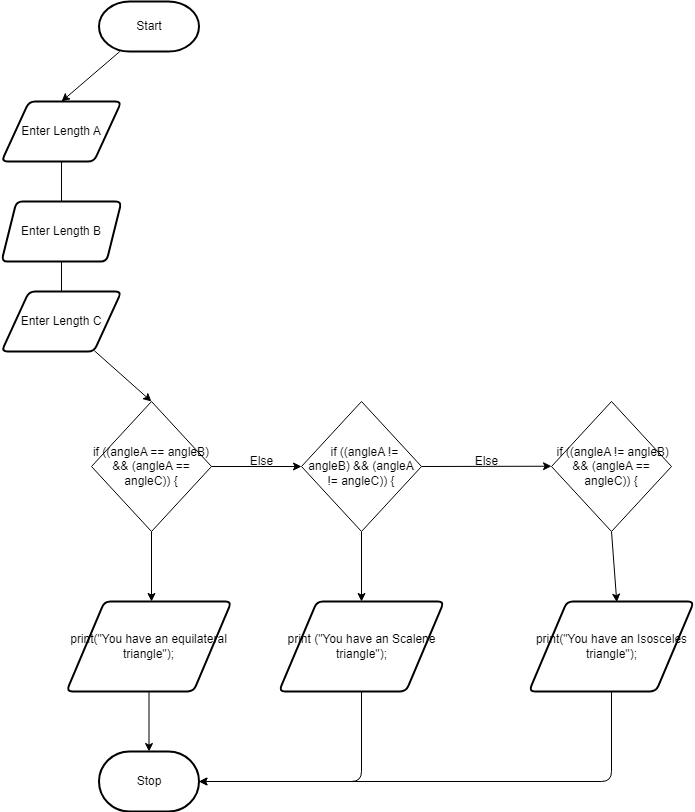
Above: design/flow-chart.png in Justin-Lavoie16/Unit-5-05-JS (draw.io), before the change. Source tidied: cells renumbered, new cells last; positions are measured from the earlier drawing's top-left corner, leaving out a move shared by most shapes. Source of this version:
```xml
<mxGraphModel>
  <root>
    <mxCell id="0" />
    <mxCell id="1" parent="0" />
    <mxCell id="2" style="edgeStyle=none;html=1;entryX=0.5;entryY=0;entryDx=0;entryDy=0;" parent="1" edge="1" source="3" target="22">
      <mxGeometry relative="1" as="geometry" />
    </mxCell>
    <mxCell id="3" value="Start" style="strokeWidth=2;html=1;shape=mxgraph.flowchart.terminator;whiteSpace=wrap;" parent="1" vertex="1">
      <mxGeometry x="97.5" width="100" height="50" as="geometry" />
    </mxCell>
    <mxCell id="4" value="Stop" style="strokeWidth=2;html=1;shape=mxgraph.flowchart.terminator;whiteSpace=wrap;" parent="1" vertex="1">
      <mxGeometry x="97.5" y="750" width="100" height="60" as="geometry" />
    </mxCell>
    <mxCell id="5" style="edgeStyle=none;html=1;" parent="1" edge="1" source="7">
      <mxGeometry relative="1" as="geometry">
        <mxPoint x="150" y="600" as="targetPoint" />
      </mxGeometry>
    </mxCell>
    <mxCell id="6" style="edgeStyle=none;html=1;" parent="1" edge="1" source="7">
      <mxGeometry relative="1" as="geometry">
        <mxPoint x="300" y="465" as="targetPoint" />
      </mxGeometry>
    </mxCell>
    <mxCell id="7" value="if ((angleA == angleB) &amp;amp;&amp;amp; (angleA == angleC)) {" style="rhombus;whiteSpace=wrap;html=1;" parent="1" vertex="1">
      <mxGeometry x="90" y="400" width="120" height="130" as="geometry" />
    </mxCell>
    <mxCell id="8" style="edgeStyle=none;html=1;entryX=0.5;entryY=0;entryDx=0;entryDy=0;entryPerimeter=0;" parent="1" edge="1" source="9" target="4">
      <mxGeometry relative="1" as="geometry" />
    </mxCell>
    <mxCell id="9" value="print(&quot;You have an equilateral triangle&quot;);" style="shape=parallelogram;html=1;strokeWidth=2;perimeter=parallelogramPerimeter;whiteSpace=wrap;rounded=1;arcSize=12;size=0.23;" parent="1" vertex="1">
      <mxGeometry x="65" y="600" width="165" height="90" as="geometry" />
    </mxCell>
    <mxCell id="10" value="Else" style="text;html=1;align=center;verticalAlign=middle;fillColor=none;strokeColor=none;rounded=0;" parent="1" vertex="1">
      <mxGeometry x="240" y="450" width="40" height="20" as="geometry" />
    </mxCell>
    <mxCell id="11" style="edgeStyle=none;html=1;entryX=0.5;entryY=0;entryDx=0;entryDy=0;" parent="1" edge="1" source="13" target="15">
      <mxGeometry relative="1" as="geometry" />
    </mxCell>
    <mxCell id="12" style="edgeStyle=none;html=1;exitX=1;exitY=0.5;exitDx=0;exitDy=0;" parent="1" edge="1" source="13">
      <mxGeometry relative="1" as="geometry">
        <mxPoint x="550" y="464.7" as="targetPoint" />
      </mxGeometry>
    </mxCell>
    <mxCell id="13" value="&amp;nbsp; if ((angleA != angleB) &amp;amp;&amp;amp; (angleA != angleC)) {" style="rhombus;whiteSpace=wrap;html=1;" parent="1" vertex="1">
      <mxGeometry x="300" y="400" width="120" height="130" as="geometry" />
    </mxCell>
    <mxCell id="14" style="edgeStyle=orthogonalEdgeStyle;html=1;exitX=0.5;exitY=1;exitDx=0;exitDy=0;entryX=1;entryY=0.5;entryDx=0;entryDy=0;entryPerimeter=0;" parent="1" edge="1" source="15" target="4">
      <mxGeometry relative="1" as="geometry" />
    </mxCell>
    <mxCell id="15" value="print&amp;nbsp;(&quot;You have an Scalene triangle&quot;);" style="shape=parallelogram;html=1;strokeWidth=2;perimeter=parallelogramPerimeter;whiteSpace=wrap;rounded=1;arcSize=12;size=0.23;" parent="1" vertex="1">
      <mxGeometry x="277.5" y="600" width="165" height="90" as="geometry" />
    </mxCell>
    <mxCell id="16" value="Else" style="text;html=1;align=center;verticalAlign=middle;fillColor=none;strokeColor=none;rounded=0;" parent="1" vertex="1">
      <mxGeometry x="465" y="450" width="40" height="20" as="geometry" />
    </mxCell>
    <mxCell id="17" style="edgeStyle=none;html=1;exitX=0.5;exitY=1;exitDx=0;exitDy=0;entryX=0.532;entryY=0.007;entryDx=0;entryDy=0;entryPerimeter=0;" parent="1" edge="1" source="18" target="20">
      <mxGeometry relative="1" as="geometry" />
    </mxCell>
    <mxCell id="18" value="&amp;nbsp;if ((angleA != angleB) &amp;amp;&amp;amp; (angleA == angleC)) {" style="rhombus;whiteSpace=wrap;html=1;" parent="1" vertex="1">
      <mxGeometry x="550" y="400" width="120" height="130" as="geometry" />
    </mxCell>
    <mxCell id="19" style="edgeStyle=orthogonalEdgeStyle;html=1;entryX=1;entryY=0.5;entryDx=0;entryDy=0;entryPerimeter=0;" parent="1" edge="1" source="20" target="4">
      <mxGeometry relative="1" as="geometry">
        <Array as="points">
          <mxPoint x="610" y="780" />
        </Array>
      </mxGeometry>
    </mxCell>
    <mxCell id="20" value="print(&quot;You have an Isosceles triangle&quot;);" style="shape=parallelogram;html=1;strokeWidth=2;perimeter=parallelogramPerimeter;whiteSpace=wrap;rounded=1;arcSize=12;size=0.23;" parent="1" vertex="1">
      <mxGeometry x="527.5" y="600" width="165" height="90" as="geometry" />
    </mxCell>
    <mxCell id="21" style="edgeStyle=none;html=1;" parent="1" edge="1" source="22">
      <mxGeometry relative="1" as="geometry">
        <mxPoint x="60" y="240" as="targetPoint" />
      </mxGeometry>
    </mxCell>
    <mxCell id="22" value="Enter Length A" style="shape=parallelogram;html=1;strokeWidth=2;perimeter=parallelogramPerimeter;whiteSpace=wrap;rounded=1;arcSize=12;size=0.23;" parent="1" vertex="1">
      <mxGeometry y="100" width="120" height="60" as="geometry" />
    </mxCell>
    <mxCell id="23" style="edgeStyle=none;html=1;exitX=0.5;exitY=1;exitDx=0;exitDy=0;" parent="1" edge="1" source="24">
      <mxGeometry relative="1" as="geometry">
        <mxPoint x="60" y="320" as="targetPoint" />
      </mxGeometry>
    </mxCell>
    <mxCell id="24" value="Enter Length B" style="shape=parallelogram;html=1;strokeWidth=2;perimeter=parallelogramPerimeter;whiteSpace=wrap;rounded=1;arcSize=12;size=0.125;" parent="1" vertex="1">
      <mxGeometry y="200" width="120" height="60" as="geometry" />
    </mxCell>
    <mxCell id="25" style="edgeStyle=none;html=1;entryX=0.5;entryY=0;entryDx=0;entryDy=0;" parent="1" edge="1" source="26" target="7">
      <mxGeometry relative="1" as="geometry" />
    </mxCell>
    <mxCell id="26" value="Enter Length C" style="shape=parallelogram;html=1;strokeWidth=2;perimeter=parallelogramPerimeter;whiteSpace=wrap;rounded=1;arcSize=12;size=0.23;" parent="1" vertex="1">
      <mxGeometry y="290" width="120" height="60" as="geometry" />
    </mxCell>
  </root>
</mxGraphModel>
```
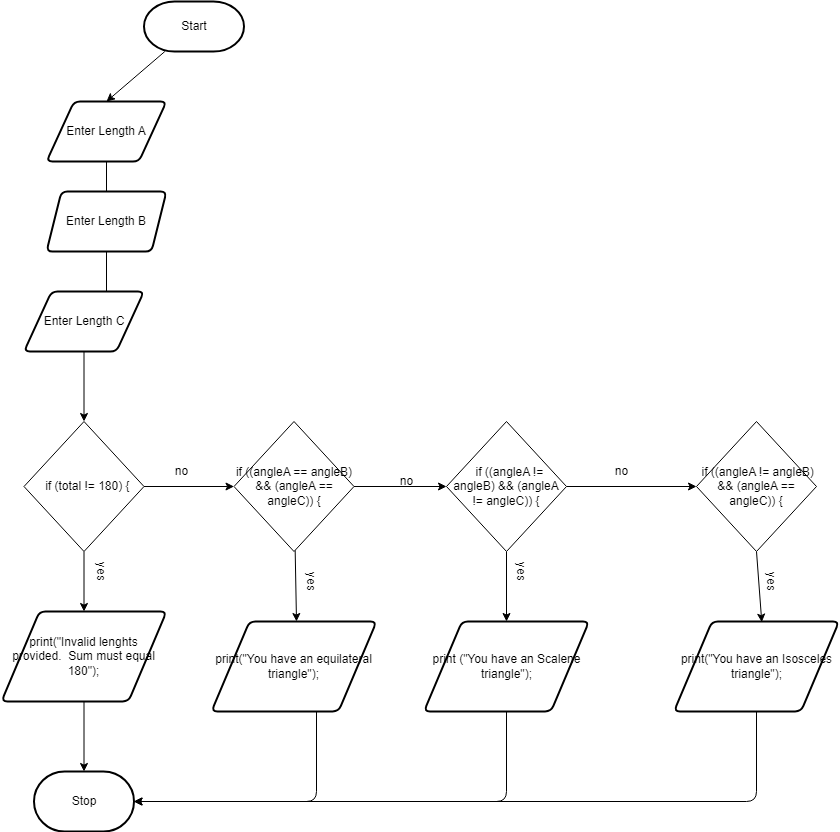
After the change.

The edit, as a diff of the source:
```diff
@@ -9,65 +9,67 @@
       <mxGeometry x="97.5" width="100" height="50" as="geometry" />
     </mxCell>
     <mxCell id="4" value="Stop" style="strokeWidth=2;html=1;shape=mxgraph.flowchart.terminator;whiteSpace=wrap;" parent="1" vertex="1">
-      <mxGeometry x="97.5" y="750" width="100" height="60" as="geometry" />
+      <mxGeometry x="-12.5" y="770" width="100" height="60" as="geometry" />
     </mxCell>
     <mxCell id="5" style="edgeStyle=none;html=1;" parent="1" edge="1" source="7">
       <mxGeometry relative="1" as="geometry">
-        <mxPoint x="150" y="600" as="targetPoint" />
+        <mxPoint x="250" y="620" as="targetPoint" />
       </mxGeometry>
     </mxCell>
     <mxCell id="6" style="edgeStyle=none;html=1;" parent="1" edge="1" source="7">
       <mxGeometry relative="1" as="geometry">
-        <mxPoint x="300" y="465" as="targetPoint" />
+        <mxPoint x="400" y="485" as="targetPoint" />
       </mxGeometry>
     </mxCell>
     <mxCell id="7" value="if ((angleA == angleB) &amp;amp;&amp;amp; (angleA == angleC)) {" style="rhombus;whiteSpace=wrap;html=1;" parent="1" vertex="1">
-      <mxGeometry x="90" y="400" width="120" height="130" as="geometry" />
+      <mxGeometry x="187.5" y="420" width="120" height="130" as="geometry" />
     </mxCell>
-    <mxCell id="8" style="edgeStyle=none;html=1;entryX=0.5;entryY=0;entryDx=0;entryDy=0;entryPerimeter=0;" parent="1" edge="1" source="9" target="4">
-      <mxGeometry relative="1" as="geometry" />
+    <mxCell id="8" style="edgeStyle=orthogonalEdgeStyle;html=1;entryX=1;entryY=0.5;entryDx=0;entryDy=0;entryPerimeter=0;" parent="1" edge="1" source="9" target="4">
+      <mxGeometry relative="1" as="geometry">
+        <Array as="points">
+          <mxPoint x="270" y="800" />
+        </Array>
+      </mxGeometry>
     </mxCell>
     <mxCell id="9" value="print(&quot;You have an equilateral triangle&quot;);" style="shape=parallelogram;html=1;strokeWidth=2;perimeter=parallelogramPerimeter;whiteSpace=wrap;rounded=1;arcSize=12;size=0.23;" parent="1" vertex="1">
-      <mxGeometry x="65" y="600" width="165" height="90" as="geometry" />
+      <mxGeometry x="165" y="620" width="165" height="90" as="geometry" />
     </mxCell>
-    <mxCell id="10" value="Else" style="text;html=1;align=center;verticalAlign=middle;fillColor=none;strokeColor=none;rounded=0;" parent="1" vertex="1">
-      <mxGeometry x="240" y="450" width="40" height="20" as="geometry" />
+    <mxCell id="10" value="no" style="text;html=1;align=center;verticalAlign=middle;fillColor=none;strokeColor=none;rounded=0;" parent="1" vertex="1">
+      <mxGeometry x="345" y="470" width="30" height="20" as="geometry" />
     </mxCell>
     <mxCell id="11" style="edgeStyle=none;html=1;entryX=0.5;entryY=0;entryDx=0;entryDy=0;" parent="1" edge="1" source="13" target="15">
       <mxGeometry relative="1" as="geometry" />
     </mxCell>
-    <mxCell id="12" style="edgeStyle=none;html=1;exitX=1;exitY=0.5;exitDx=0;exitDy=0;" parent="1" edge="1" source="13">
-      <mxGeometry relative="1" as="geometry">
-        <mxPoint x="550" y="464.7" as="targetPoint" />
-      </mxGeometry>
-    </mxCell>
+    <mxCell id="27" style="edgeStyle=none;html=1;exitX=1;exitY=0.5;exitDx=0;exitDy=0;entryX=0;entryY=0.5;entryDx=0;entryDy=0;" parent="1" edge="1" source="13" target="18">
+      <mxGeometry relative="1" as="geometry" />
+    </mxCell>
     <mxCell id="13" value="&amp;nbsp; if ((angleA != angleB) &amp;amp;&amp;amp; (angleA != angleC)) {" style="rhombus;whiteSpace=wrap;html=1;" parent="1" vertex="1">
-      <mxGeometry x="300" y="400" width="120" height="130" as="geometry" />
+      <mxGeometry x="400" y="420" width="120" height="130" as="geometry" />
     </mxCell>
     <mxCell id="14" style="edgeStyle=orthogonalEdgeStyle;html=1;exitX=0.5;exitY=1;exitDx=0;exitDy=0;entryX=1;entryY=0.5;entryDx=0;entryDy=0;entryPerimeter=0;" parent="1" edge="1" source="15" target="4">
       <mxGeometry relative="1" as="geometry" />
     </mxCell>
     <mxCell id="15" value="print&amp;nbsp;(&quot;You have an Scalene triangle&quot;);" style="shape=parallelogram;html=1;strokeWidth=2;perimeter=parallelogramPerimeter;whiteSpace=wrap;rounded=1;arcSize=12;size=0.23;" parent="1" vertex="1">
-      <mxGeometry x="277.5" y="600" width="165" height="90" as="geometry" />
+      <mxGeometry x="377.5" y="620" width="165" height="90" as="geometry" />
     </mxCell>
-    <mxCell id="16" value="Else" style="text;html=1;align=center;verticalAlign=middle;fillColor=none;strokeColor=none;rounded=0;" parent="1" vertex="1">
-      <mxGeometry x="465" y="450" width="40" height="20" as="geometry" />
+    <mxCell id="16" value="&lt;span style=&quot;color: rgba(0 , 0 , 0 , 0) ; font-family: monospace ; font-size: 0px&quot;&gt;%3CmxGraphModel%3E%3Croot%3E%3CmxCell%20id%3D%220%22%2F%3E%3CmxCell%20id%3D%221%22%20parent%3D%220%22%2F%3E%3CmxCell%20id%3D%222%22%20value%3D%22no%22%20style%3D%22text%3Bhtml%3D1%3Bresizable%3D0%3Bautosize%3D1%3Balign%3Dcenter%3BverticalAlign%3Dmiddle%3Bpoints%3D%5B%5D%3BfillColor%3Dnone%3BstrokeColor%3Dnone%3Brounded%3D0%3B%22%20vertex%3D%221%22%20parent%3D%221%22%3E%3CmxGeometry%20x%3D%22545%22%20y%3D%22520%22%20width%3D%2230%22%20height%3D%2220%22%20as%3D%22geometry%22%2F%3E%3C%2FmxCell%3E%3C%2Froot%3E%3C%2FmxGraphModel%3E&lt;/span&gt;" style="text;html=1;align=center;verticalAlign=middle;fillColor=none;strokeColor=none;rounded=0;" parent="1" vertex="1">
+      <mxGeometry x="575" y="470" width="20" height="20" as="geometry" />
     </mxCell>
     <mxCell id="17" style="edgeStyle=none;html=1;exitX=0.5;exitY=1;exitDx=0;exitDy=0;entryX=0.532;entryY=0.007;entryDx=0;entryDy=0;entryPerimeter=0;" parent="1" edge="1" source="18" target="20">
       <mxGeometry relative="1" as="geometry" />
     </mxCell>
     <mxCell id="18" value="&amp;nbsp;if ((angleA != angleB) &amp;amp;&amp;amp; (angleA == angleC)) {" style="rhombus;whiteSpace=wrap;html=1;" parent="1" vertex="1">
-      <mxGeometry x="550" y="400" width="120" height="130" as="geometry" />
+      <mxGeometry x="650" y="420" width="120" height="130" as="geometry" />
     </mxCell>
     <mxCell id="19" style="edgeStyle=orthogonalEdgeStyle;html=1;entryX=1;entryY=0.5;entryDx=0;entryDy=0;entryPerimeter=0;" parent="1" edge="1" source="20" target="4">
       <mxGeometry relative="1" as="geometry">
         <Array as="points">
-          <mxPoint x="610" y="780" />
+          <mxPoint x="710" y="800" />
         </Array>
       </mxGeometry>
     </mxCell>
     <mxCell id="20" value="print(&quot;You have an Isosceles triangle&quot;);" style="shape=parallelogram;html=1;strokeWidth=2;perimeter=parallelogramPerimeter;whiteSpace=wrap;rounded=1;arcSize=12;size=0.23;" parent="1" vertex="1">
-      <mxGeometry x="527.5" y="600" width="165" height="90" as="geometry" />
+      <mxGeometry x="627.5" y="620" width="165" height="90" as="geometry" />
     </mxCell>
     <mxCell id="21" style="edgeStyle=none;html=1;" parent="1" edge="1" source="22">
       <mxGeometry relative="1" as="geometry">
@@ -83,13 +85,46 @@
       </mxGeometry>
     </mxCell>
     <mxCell id="24" value="Enter Length B" style="shape=parallelogram;html=1;strokeWidth=2;perimeter=parallelogramPerimeter;whiteSpace=wrap;rounded=1;arcSize=12;size=0.125;" parent="1" vertex="1">
-      <mxGeometry y="200" width="120" height="60" as="geometry" />
+      <mxGeometry y="190" width="120" height="60" as="geometry" />
     </mxCell>
-    <mxCell id="25" style="edgeStyle=none;html=1;entryX=0.5;entryY=0;entryDx=0;entryDy=0;" parent="1" edge="1" source="26" target="7">
-      <mxGeometry relative="1" as="geometry" />
-    </mxCell>
+    <mxCell id="28" style="edgeStyle=none;html=1;entryX=0.5;entryY=0;entryDx=0;entryDy=0;" parent="1" edge="1" source="26" target="31">
+      <mxGeometry relative="1" as="geometry" />
+    </mxCell>
     <mxCell id="26" value="Enter Length C" style="shape=parallelogram;html=1;strokeWidth=2;perimeter=parallelogramPerimeter;whiteSpace=wrap;rounded=1;arcSize=12;size=0.23;" parent="1" vertex="1">
-      <mxGeometry y="290" width="120" height="60" as="geometry" />
+      <mxGeometry x="-22.5" y="290" width="120" height="60" as="geometry" />
     </mxCell>
+    <mxCell id="29" style="edgeStyle=none;html=1;entryX=0;entryY=0.5;entryDx=0;entryDy=0;" parent="1" edge="1" source="31" target="7">
+      <mxGeometry relative="1" as="geometry" />
+    </mxCell>
+    <mxCell id="30" style="edgeStyle=none;html=1;entryX=0.5;entryY=0;entryDx=0;entryDy=0;" parent="1" edge="1" source="31" target="33">
+      <mxGeometry relative="1" as="geometry" />
+    </mxCell>
+    <mxCell id="31" value="&amp;nbsp; if (total != 180) {" style="rhombus;whiteSpace=wrap;html=1;" parent="1" vertex="1">
+      <mxGeometry x="-22.5" y="420" width="120" height="130" as="geometry" />
+    </mxCell>
+    <mxCell id="32" style="edgeStyle=none;html=1;entryX=0.5;entryY=0;entryDx=0;entryDy=0;entryPerimeter=0;" parent="1" edge="1" source="33" target="4">
+      <mxGeometry relative="1" as="geometry" />
+    </mxCell>
+    <mxCell id="33" value="print(&quot;Invalid lenghts provided.&amp;nbsp; Sum must equal 180&quot;);" style="shape=parallelogram;html=1;strokeWidth=2;perimeter=parallelogramPerimeter;whiteSpace=wrap;rounded=1;arcSize=12;size=0.23;" parent="1" vertex="1">
+      <mxGeometry x="-45" y="610" width="165" height="90" as="geometry" />
+    </mxCell>
+    <mxCell id="34" value="no" style="text;html=1;align=center;verticalAlign=middle;fillColor=none;strokeColor=none;rounded=0;" parent="1" vertex="1">
+      <mxGeometry x="120" y="460" width="30" height="20" as="geometry" />
+    </mxCell>
+    <mxCell id="35" value="no" style="text;html=1;align=center;verticalAlign=middle;fillColor=none;strokeColor=none;rounded=0;" parent="1" vertex="1">
+      <mxGeometry x="560" y="460" width="30" height="20" as="geometry" />
+    </mxCell>
+    <mxCell id="36" value="yes" style="text;html=1;align=center;verticalAlign=middle;fillColor=none;strokeColor=none;rounded=0;rotation=90;" parent="1" vertex="1">
+      <mxGeometry x="460" y="560" width="30" height="20" as="geometry" />
+    </mxCell>
+    <mxCell id="37" value="yes" style="text;html=1;align=center;verticalAlign=middle;fillColor=none;strokeColor=none;rounded=0;rotation=90;" parent="1" vertex="1">
+      <mxGeometry x="710" y="570" width="30" height="20" as="geometry" />
+    </mxCell>
+    <mxCell id="38" value="yes" style="text;html=1;align=center;verticalAlign=middle;fillColor=none;strokeColor=none;rounded=0;rotation=90;" parent="1" vertex="1">
+      <mxGeometry x="250" y="570" width="30" height="20" as="geometry" />
+    </mxCell>
+    <mxCell id="39" value="yes" style="text;html=1;align=center;verticalAlign=middle;fillColor=none;strokeColor=none;rounded=0;rotation=90;" parent="1" vertex="1">
+      <mxGeometry x="40" y="560" width="30" height="20" as="geometry" />
+    </mxCell>
   </root>
 </mxGraphModel>
```
